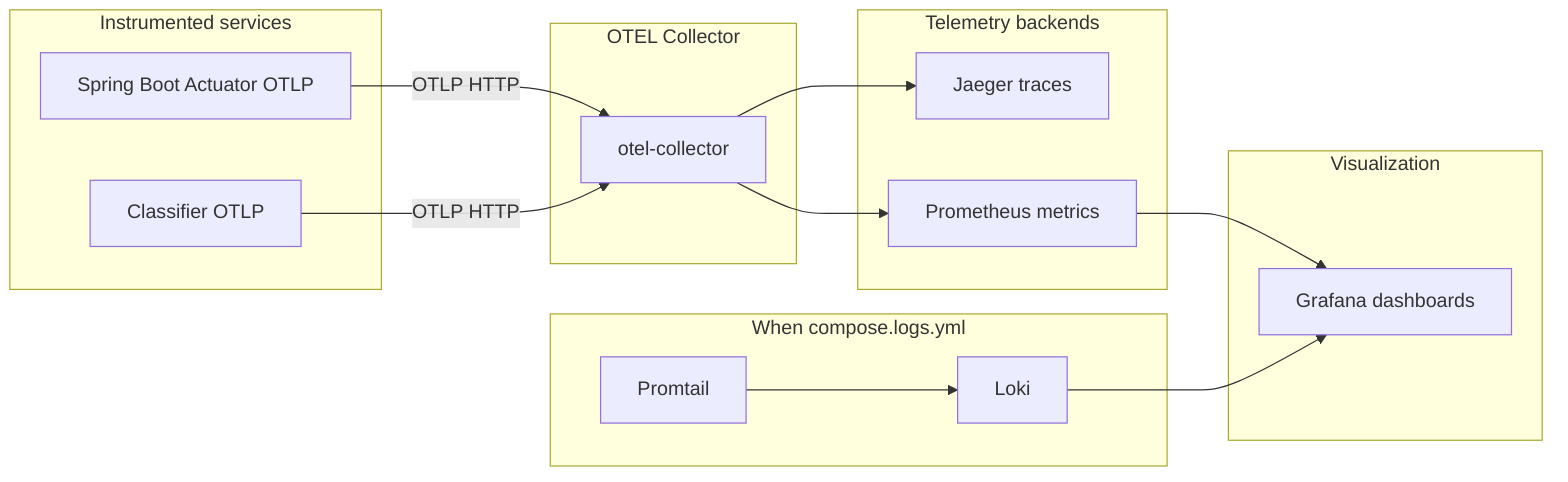
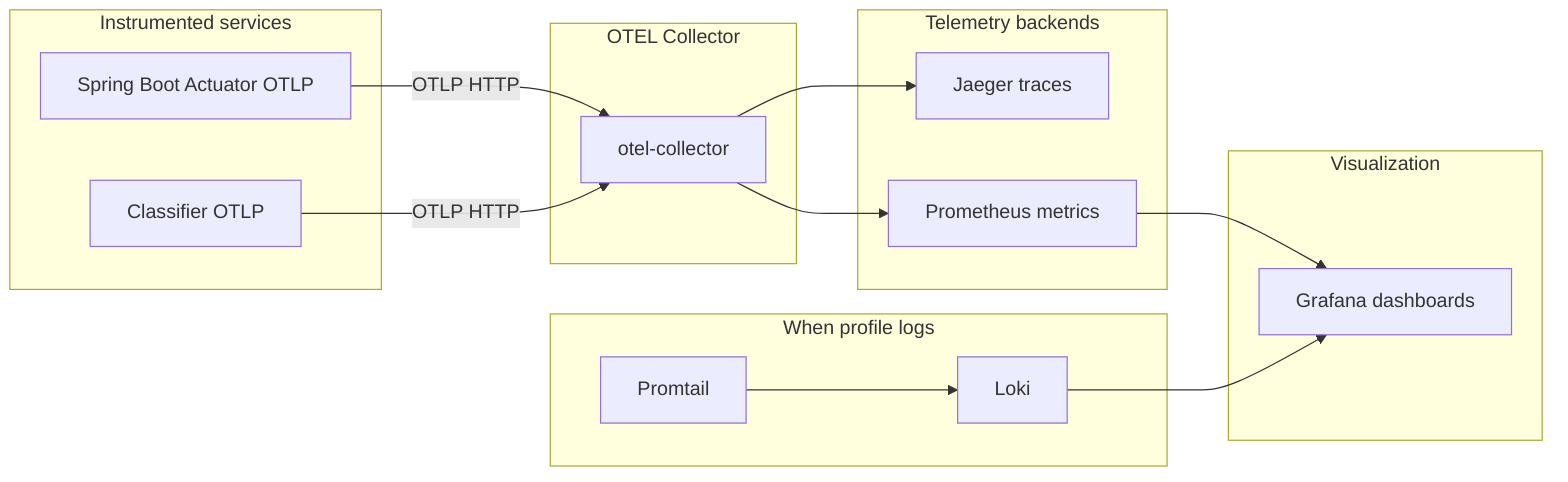
%% Observability data flow when compose.obs.yml is active
%% Port names and env: observability/.env.example observability/README.md
flowchart LR
  subgraph exporters [Instrumented services]
    BE[Spring Boot Actuator OTLP]
    CLF[Classifier OTLP]
  end

  subgraph collector [OTEL Collector]
    OC[otel-collector]
  end

  subgraph backends [Telemetry backends]
    J[Jaeger traces]
    P[Prometheus metrics]
  end

  subgraph viz [Visualization]
    G[Grafana dashboards]
  end

  BE -->|OTLP HTTP| OC
  CLF -->|OTLP HTTP| OC
  OC --> J
  OC --> P
  P --> G

-   subgraph logs [When compose.logs.yml]
+   subgraph logs [When profile logs]
    PT[Promtail]
    L[Loki]
  end
  PT --> L
  L --> G
